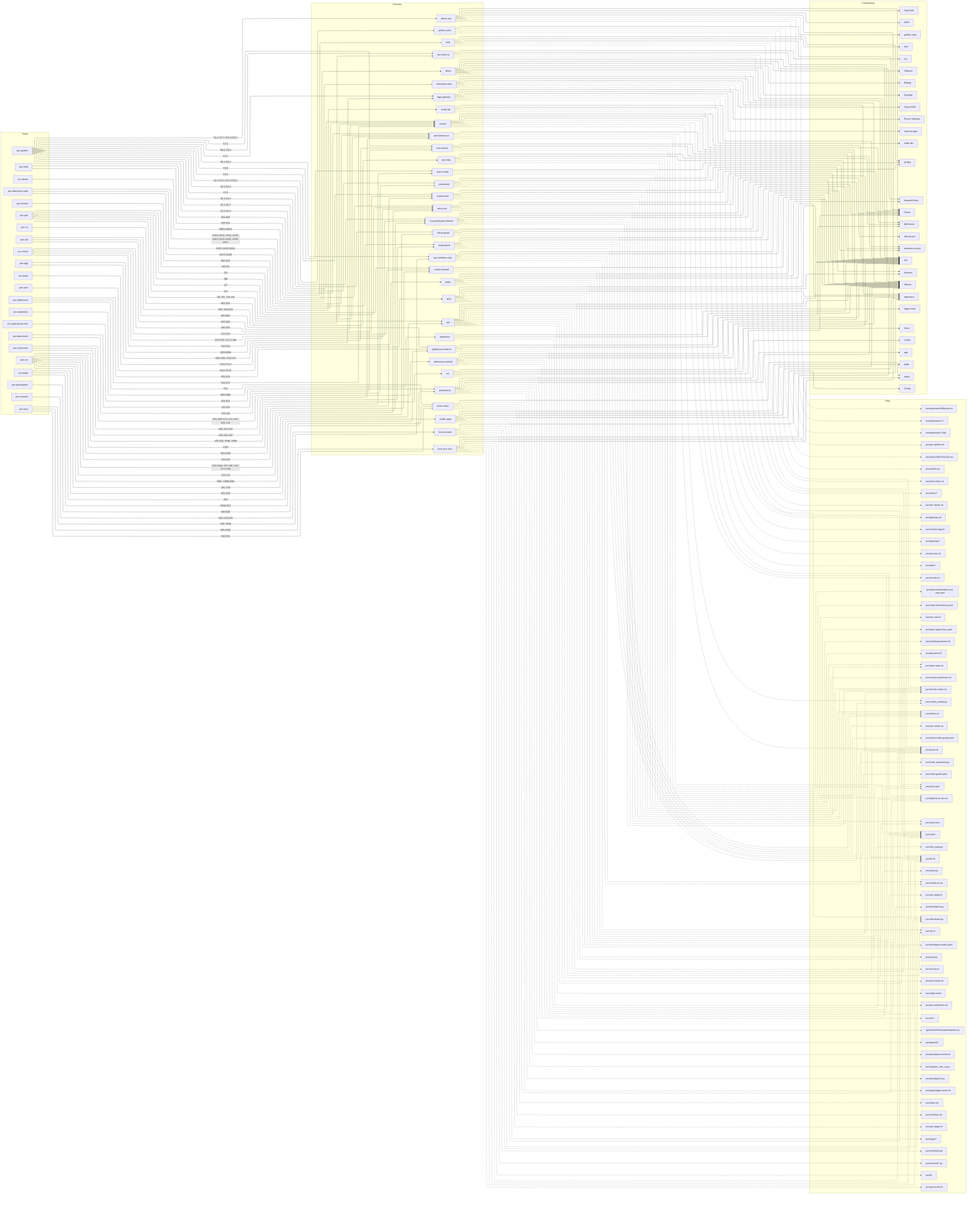
This is docs/diagrams/features.png from villadalmine/k8s-lan-party, a Mermaid export, as it was before one commit. Its source is kept beside it as docs/diagrams/features.mmd. Source of this version:
```mermaid
flowchart LR
  subgraph Suites
    s_poc_join["poc-join"]
    s_poc_vm["poc-vm"]
    s_poc_host["poc-host"]
    s_poc_golden["poc-golden"]
    s_poc_cilium["poc-cilium"]
    s_poc_kind["poc-kind"]
    s_poc_admission["poc-admission"]
    s_poc_admission_auto["poc-admission-auto"]
    s_poc_console["poc-console"]
    s_poc_pool["poc-pool"]
    s_poc_party["poc-party"]
    s_poc_doom["poc-doom"]
    s_poc_page["poc-page"]
    s_poc_lighthouse["poc-lighthouse"]
    s_poc_nat["poc-nat"]
    s_poc_revoke["poc-revoke"]
    s_poc_ca["poc-ca"]
    s_poc_placement["poc-placement"]
    s_poc_bgp["poc-bgp"]
    s_poc_participants["poc-participants"]
    s_poc_participants_e2e["poc-participants-e2e"]
    s_poc_weakness["poc-weakness"]
  end
  subgraph Features
    f_join["join"]
    f_study_lab["study-lab"]
    f_host_your_own["host-your-own"]
    f_api_members_only["api-members-only"]
    f_nebula_firewall["nebula-firewall"]
    f_mtu_once["mtu-once"]
    f_join_token_burn["join-token-burn"]
    f_node_guard["node-guard"]
    f_admission_manual["admission-manual"]
    f_admission_auto["admission-auto"]
    f_host_console["host-console"]
    f_pool["pool"]
    f_party["party"]
    f_doom["doom"]
    f_public_page["public-page"]
    f_lighthouse_external["lighthouse-external"]
    f_revoke["revoke"]
    f_two_level_ca["two-level-ca"]
    f_placement["placement"]
    f_trust_freeze["trust-freeze"]
    f_golden_rules["golden-rules"]
    f_encrypted_pod_network["encrypted-pod-network"]
    f_mutual_auth["mutual-auth"]
    f_cilium_guard["cilium-guard"]
    f_spire_scope["spire-scope"]
    f_nat_relay["nat-relay"]
    f_bgp_gateway["bgp-gateway"]
    f_down_clean["down-clean"]
    f_participants["participants"]
    f_weakness["weakness"]
    f_kind["kind"]
    f_vm["vm"]
    f_demo_aws["demo-aws"]
  end
  subgraph Components
    c_Nebula["Nebula"]
    c_k3s["k3s"]
    c_edge_mesh["edge-mesh"]
    c_study_lab["study lab"]
    c_mesh["mesh"]
    c_Cilium["Cilium"]
    c_admission_policy["admission policy"]
    c_admission["admission"]
    c_Kyverno["Kyverno"]
    c_NetworkPolicy["NetworkPolicy"]
    c_Odamex["Odamex"]
    c_FreeDM["FreeDM"]
    c_ffmpeg["ffmpeg"]
    c_page["page"]
    c_Caddy["Caddy"]
    c_lighthouse["lighthouse"]
    c_CA["CA"]
    c_golden_suite["golden suite"]
    c_WireGuard["WireGuard"]
    c_SPIRE["SPIRE"]
    c_Cilium_BGP["Cilium BGP"]
    c_Envoy_Gateway["Envoy Gateway"]
    c_cert_manager["cert-manager"]
    c_cosign["cosign"]
    c_age["age"]
    c_kind["kind"]
    c_Incus["Incus"]
    c_OpenTofu["OpenTofu"]
    c_AWS["AWS"]
  end
  subgraph Files
    p_poc_edge_mesh["poc/edge-mesh"]
    p_poc_up_sh["poc/up.sh"]
    p_poc_vm_up_sh["poc/vm/up.sh"]
    p_poc_vm_lib_vm_sh["poc/vm/lib-vm.sh"]
    p_poc_lib_sh["poc/lib.sh"]
    p_poc_issue_sh["poc/issue.sh"]
    p_poc_stack_env["poc/stack.env"]
    p_poc_pool_lease_sh["poc/pool-lease.sh"]
    p_poc_labs__["poc/labs/*"]
    p_poc_poc_join_sh["poc/poc-join.sh"]
    p_poc_mesh["poc/mesh"]
    p_poc_game_env_sh["poc/game-env.sh"]
    p_poc_kc["poc/kc"]
    p_poc_checks_cilium_sh["poc/checks-cilium.sh"]
    p_poc_cilium_sh["poc/cilium.sh"]
    p_poc_node_guard_yaml["poc/node-guard.yaml"]
    p_poc_node_password_py["poc/node_password.py"]
    p_poc_nodes_sweep_py["poc/nodes_sweep.py"]
    p_poc_admission_py["poc/admission.py"]
    p_poc_pool_yaml["poc/pool.yaml"]
    p_poc_meshlock_py["poc/meshlock.py"]
    p_poc_console___py["poc/console/*.py"]
    p_poc_pool_py["poc/pool.py"]
    p_poc_participant_py["poc/participant.py"]
    p_poc_participant_policy_yaml["poc/participant-policy.yaml"]
    p_poc_party_py["poc/party.py"]
    p_poc_test_party_py["poc/test_party.py"]
    p_poc_poc_party_sh["poc/poc-party.sh"]
    p_poc_doom__["poc/doom/*"]
    p_poc_poc_doom_sh["poc/poc-doom.sh"]
    p_poc_page__["poc/page/*"]
    p_poc_poc_page_sh["poc/poc-page.sh"]
    p_poc_lighthouse_vps_sh["poc/lighthouse-vps.sh"]
    p_poc_revoke_sh["poc/revoke.sh"]
    p_poc_placement__["poc/placement/*"]
    p_poc_install_placement_sh["poc/install-placement.sh"]
    p_poc_vm_poc_placement_sh["poc/vm/poc-placement.sh"]
    p_poc_node_trust_freeze_yaml["poc/node-trust-freeze.yaml"]
    p_poc_placement_node_trust_vap_yaml["poc/placement/node-trust-vap.yaml"]
    p_poc_poc_golden_sh["poc/poc-golden.sh"]
    p_poc_golden_py["poc/golden.py"]
    p_docs_GOLDEN_RULES_md["docs/GOLDEN-RULES.md"]
    p_poc_poc_cilium_sh["poc/poc-cilium.sh"]
    p_poc_spire_args_sh["poc/spire-args.sh"]
    p_poc_cilium_node_guard_yaml["poc/cilium-node-guard.yaml"]
    p_poc_spire_agent_rbac_yaml["poc/spire-agent-rbac.yaml"]
    p_poc_poc_nat_sh["poc/poc-nat.sh"]
    p_poc_gateway_sh["poc/gateway.sh"]
    p_poc_gateway__["poc/gateway/*"]
    p_poc_vm_poc_bgp_sh["poc/vm/poc-bgp.sh"]
    p_poc_down_sh["poc/down.sh"]
    p_poc_vm_down_sh["poc/vm/down.sh"]
    p_poc_page_page_server_sh["poc/page/page-server.sh"]
    p_poc_participants_py["poc/participants.py"]
    p_poc_participants_tools_sh["poc/participants-tools.sh"]
    p_poc_sigstore_test_ca_py["poc/sigstore_test_ca.py"]
    p_participants__["participants/*"]
    p__github_workflows_participants_yml[".github/workflows/participants.yml"]
    p_poc_poc_weakness_sh["poc/poc-weakness.sh"]
    p_poc_kind_cilium_sh["poc/kind-cilium.sh"]
    p_poc_vm__["poc/vm/*"]
    p_examples_aws___tf["examples/aws/*.tf"]
    p_examples_aws___tftpl["examples/aws/*.tftpl"]
    p_examples_aws_leftovers_sh["examples/aws/leftovers.sh"]
  end
  s_poc_join -->|"J01-J07, J15-J16"| f_join
  s_poc_vm -->|"V01, V04"| f_join
  f_join --> c_Nebula
  f_join --> c_k3s
  f_join --> c_edge_mesh
  f_join -.-> p_poc_edge_mesh
  f_join -.-> p_poc_up_sh
  f_join -.-> p_poc_vm_up_sh
  f_join -.-> p_poc_vm_lib_vm_sh
  f_join -.-> p_poc_lib_sh
  f_join -.-> p_poc_issue_sh
  f_join -.-> p_poc_stack_env
  f_join -.-> p_poc_pool_lease_sh
  s_poc_join -->|"J09-J12"| f_study_lab
  f_study_lab --> c_k3s
  f_study_lab --> c_study_lab
  f_study_lab -.-> p_poc_labs__
  f_study_lab -.-> p_poc_poc_join_sh
  s_poc_host -->|"H01-H09c"| f_host_your_own
  f_host_your_own --> c_Nebula
  f_host_your_own --> c_k3s
  f_host_your_own --> c_mesh
  f_host_your_own -.-> p_poc_mesh
  f_host_your_own -.-> p_poc_game_env_sh
  f_host_your_own -.-> p_poc_kc
  f_host_your_own -.-> p_poc_lib_sh
  f_host_your_own -.-> p_poc_issue_sh
  s_poc_host -->|"H02, H02b"| f_api_members_only
  s_poc_golden -->|"G6.1-G6.2"| f_api_members_only
  f_api_members_only --> c_k3s
  f_api_members_only --> c_Nebula
  f_api_members_only -.-> p_poc_up_sh
  f_api_members_only -.-> p_poc_vm_lib_vm_sh
  f_api_members_only -.-> p_poc_issue_sh
  s_poc_join -->|"J13"| f_nebula_firewall
  s_poc_cilium -->|"C13-C14"| f_nebula_firewall
  s_poc_vm -->|"V14-V15"| f_nebula_firewall
  f_nebula_firewall --> c_Nebula
  f_nebula_firewall -.-> p_poc_issue_sh
  f_nebula_firewall -.-> p_poc_checks_cilium_sh
  s_poc_join -->|"J08"| f_mtu_once
  s_poc_cilium -->|"C10-C11"| f_mtu_once
  s_poc_kind -->|"K10-K11"| f_mtu_once
  s_poc_vm -->|"V11-V12"| f_mtu_once
  f_mtu_once --> c_Nebula
  f_mtu_once --> c_Cilium
  f_mtu_once -.-> p_poc_stack_env
  f_mtu_once -.-> p_poc_cilium_sh
  f_mtu_once -.-> p_poc_checks_cilium_sh
  s_poc_join -->|"J14"| f_join_token_burn
  s_poc_admission -->|"A09, A11-A13"| f_join_token_burn
  s_poc_admission_auto -->|"AA15, AA23-AA24"| f_join_token_burn
  s_poc_golden -->|"G4.1-G4.3"| f_join_token_burn
  f_join_token_burn --> c_k3s
  f_join_token_burn -.-> p_poc_lib_sh
  f_join_token_burn -.-> p_poc_issue_sh
  f_join_token_burn -.-> p_poc_mesh
  s_poc_admission -->|"A15-A18, A30"| f_node_guard
  s_poc_admission_auto -->|"AA13, AA20"| f_node_guard
  f_node_guard --> c_k3s
  f_node_guard --> c_admission_policy
  f_node_guard -.-> p_poc_node_guard_yaml
  f_node_guard -.-> p_poc_node_password_py
  f_node_guard -.-> p_poc_nodes_sweep_py
  f_node_guard -.-> p_poc_lib_sh
  s_poc_admission -->|"A01-A08, A10, A14, A19-A29, A31"| f_admission_manual
  f_admission_manual --> c_admission
  f_admission_manual --> c_Nebula
  f_admission_manual --> c_k3s
  f_admission_manual -.-> p_poc_admission_py
  f_admission_manual -.-> p_poc_pool_yaml
  f_admission_manual -.-> p_poc_mesh
  s_poc_admission_auto -->|"AA01-AA12, AA14, AA16-AA19, AA21-AA22, AA25-AA37"| f_admission_auto
  f_admission_auto --> c_admission
  f_admission_auto --> c_Nebula
  f_admission_auto --> c_k3s
  f_admission_auto -.-> p_poc_admission_py
  f_admission_auto -.-> p_poc_pool_yaml
  f_admission_auto -.-> p_poc_mesh
  s_poc_console -->|"K02, K10-K25"| f_host_console
  f_host_console --> c_admission
  f_host_console -.-> p_poc_mesh
  f_host_console -.-> p_poc_lib_sh
  f_host_console -.-> p_poc_meshlock_py
  f_host_console -.-> p_poc_console___py
  f_host_console -.-> p_poc_admission_py
  s_poc_pool -->|"PL01-PL25"| f_pool
  f_pool --> c_admission
  f_pool --> c_k3s
  f_pool --> c_Kyverno
  f_pool -.-> p_poc_pool_py
  f_pool -.-> p_poc_pool_yaml
  f_pool -.-> p_poc_participant_py
  f_pool -.-> p_poc_participant_policy_yaml
  f_pool -.-> p_poc_admission_py
  s_poc_party -->|"PY01-PY17"| f_party
  f_party --> c_k3s
  f_party --> c_NetworkPolicy
  f_party --> c_admission
  f_party -.-> p_poc_party_py
  f_party -.-> p_poc_test_party_py
  f_party -.-> p_poc_poc_party_sh
  s_poc_doom -->|"DM01-DM20"| f_doom
  f_doom --> c_k3s
  f_doom --> c_Cilium
  f_doom --> c_NetworkPolicy
  f_doom --> c_Odamex
  f_doom --> c_FreeDM
  f_doom --> c_ffmpeg
  f_doom -.-> p_poc_doom__
  f_doom -.-> p_poc_poc_doom_sh
  s_poc_page -->|"G01-G26"| f_public_page
  f_public_page --> c_page
  f_public_page --> c_Caddy
  f_public_page --> c_Nebula
  f_public_page --> c_admission
  f_public_page -.-> p_poc_page__
  f_public_page -.-> p_poc_poc_page_sh
  s_poc_lighthouse -->|"P01-P15"| f_lighthouse_external
  s_poc_page -->|"G02"| f_lighthouse_external
  s_poc_nat -->|"N02-N03"| f_lighthouse_external
  f_lighthouse_external --> c_Nebula
  f_lighthouse_external --> c_lighthouse
  f_lighthouse_external -.-> p_poc_lighthouse_vps_sh
  f_lighthouse_external -.-> p_poc_mesh
  s_poc_revoke -->|"R01-R10"| f_revoke
  s_poc_join -->|"J17"| f_revoke
  s_poc_lighthouse -->|"P16-P17"| f_revoke
  s_poc_nat -->|"N25-N26"| f_revoke
  s_poc_golden -->|"G5.1-G5.5"| f_revoke
  f_revoke --> c_Nebula
  f_revoke --> c_k3s
  f_revoke --> c_lighthouse
  f_revoke -.-> p_poc_revoke_sh
  f_revoke -.-> p_poc_nodes_sweep_py
  f_revoke -.-> p_poc_lighthouse_vps_sh
  f_revoke -.-> p_poc_mesh
  s_poc_ca -->|"B01-B13"| f_two_level_ca
  s_poc_golden -->|"G8.2, G9.1"| f_two_level_ca
  f_two_level_ca --> c_Nebula
  f_two_level_ca --> c_CA
  f_two_level_ca -.-> p_poc_issue_sh
  f_two_level_ca -.-> p_poc_lib_sh
  s_poc_placement -->|"L01-L45"| f_placement
  s_poc_golden -->|"G2.1-G2.7"| f_placement
  f_placement --> c_Kyverno
  f_placement --> c_k3s
  f_placement -.-> p_poc_placement__
  f_placement -.-> p_poc_install_placement_sh
  f_placement -.-> p_poc_vm_poc_placement_sh
  s_poc_placement -->|"L50-L53"| f_trust_freeze
  s_poc_bgp -->|"G09-G09b"| f_trust_freeze
  s_poc_golden -->|"G7.2"| f_trust_freeze
  f_trust_freeze --> c_k3s
  f_trust_freeze --> c_admission_policy
  f_trust_freeze -.-> p_poc_node_trust_freeze_yaml
  f_trust_freeze -.-> p_poc_placement_node_trust_vap_yaml
  s_poc_golden -->|"G1.1-G2.7, G3.1-G10.1"| f_golden_rules
  f_golden_rules --> c_golden_suite
  f_golden_rules -.-> p_poc_poc_golden_sh
  f_golden_rules -.-> p_poc_golden_py
  f_golden_rules -.-> p_docs_GOLDEN_RULES_md
  s_poc_cilium -->|"C01-C09, C12, C13b"| f_encrypted_pod_network
  s_poc_vm -->|"V03-V06b, V07-V09, V10, V13-V13b"| f_encrypted_pod_network
  s_poc_golden -->|"G3.1-G3.3"| f_encrypted_pod_network
  f_encrypted_pod_network --> c_Cilium
  f_encrypted_pod_network --> c_WireGuard
  f_encrypted_pod_network --> c_Nebula
  f_encrypted_pod_network -.-> p_poc_cilium_sh
  f_encrypted_pod_network -.-> p_poc_checks_cilium_sh
  f_encrypted_pod_network -.-> p_poc_poc_cilium_sh
  s_poc_cilium -->|"C90-C97"| f_mutual_auth
  s_poc_vm -->|"V90-V102"| f_mutual_auth
  s_poc_golden -->|"G3.4"| f_mutual_auth
  f_mutual_auth --> c_SPIRE
  f_mutual_auth --> c_Cilium
  f_mutual_auth -.-> p_poc_cilium_sh
  f_mutual_auth -.-> p_poc_spire_args_sh
  f_mutual_auth -.-> p_poc_checks_cilium_sh
  s_poc_vm -->|"V06c, V09b-V09c"| f_cilium_guard
  s_poc_golden -->|"G3.5"| f_cilium_guard
  f_cilium_guard --> c_Cilium
  f_cilium_guard --> c_admission_policy
  f_cilium_guard -.-> p_poc_cilium_node_guard_yaml
  f_cilium_guard -.-> p_poc_cilium_sh
  s_poc_vm -->|"V103"| f_spire_scope
  s_poc_golden -->|"G3.6"| f_spire_scope
  f_spire_scope --> c_SPIRE
  f_spire_scope -.-> p_poc_spire_agent_rbac_yaml
  f_spire_scope -.-> p_poc_spire_args_sh
  s_poc_nat -->|"N01, N04-N24"| f_nat_relay
  f_nat_relay --> c_Nebula
  f_nat_relay --> c_lighthouse
  f_nat_relay -.-> p_poc_poc_nat_sh
  f_nat_relay -.-> p_poc_lighthouse_vps_sh
  f_nat_relay -.-> p_poc_issue_sh
  s_poc_bgp -->|"G01-G08, G10-G19"| f_bgp_gateway
  s_poc_golden -->|"G7.1"| f_bgp_gateway
  f_bgp_gateway --> c_Cilium_BGP
  f_bgp_gateway --> c_Envoy_Gateway
  f_bgp_gateway --> c_cert_manager
  f_bgp_gateway -.-> p_poc_gateway_sh
  f_bgp_gateway -.-> p_poc_gateway__
  f_bgp_gateway -.-> p_poc_vm_poc_bgp_sh
  s_poc_host -->|"H10-H11"| f_down_clean
  s_poc_lighthouse -->|"P18"| f_down_clean
  s_poc_page -->|"G26b-G27"| f_down_clean
  f_down_clean --> c_mesh
  f_down_clean -.-> p_poc_down_sh
  f_down_clean -.-> p_poc_vm_down_sh
  f_down_clean -.-> p_poc_page_page_server_sh
  f_down_clean -.-> p_poc_lighthouse_vps_sh
  s_poc_participants -->|"S00-S30"| f_participants
  s_poc_participants_e2e -->|"E01-E11"| f_participants
  f_participants --> c_cosign
  f_participants --> c_age
  f_participants --> c_Nebula
  f_participants -.-> p_poc_participants_py
  f_participants -.-> p_poc_participants_tools_sh
  f_participants -.-> p_poc_sigstore_test_ca_py
  f_participants -.-> p_participants__
  f_participants -.-> p__github_workflows_participants_yml
  s_poc_weakness -->|"W00-W06"| f_weakness
  f_weakness --> c_k3s
  f_weakness --> c_Nebula
  f_weakness -.-> p_poc_poc_weakness_sh
  s_poc_kind -->|"K01-K97"| f_kind
  f_kind --> c_kind
  f_kind --> c_Cilium
  f_kind --> c_SPIRE
  f_kind -.-> p_poc_kind_cilium_sh
  f_kind -.-> p_poc_checks_cilium_sh
  s_poc_vm -->|"V01-V02, V04b, V06d"| f_vm
  f_vm --> c_Incus
  f_vm --> c_k3s
  f_vm --> c_Cilium
  f_vm -.-> p_poc_vm__
  s_poc_golden -->|"G1.1-G2.7, G3.1-G10.1"| f_demo_aws
  f_demo_aws --> c_OpenTofu
  f_demo_aws --> c_AWS
  f_demo_aws --> c_Nebula
  f_demo_aws --> c_k3s
  f_demo_aws -.-> p_examples_aws___tf
  f_demo_aws -.-> p_examples_aws___tftpl
  f_demo_aws -.-> p_examples_aws_leftovers_sh
```
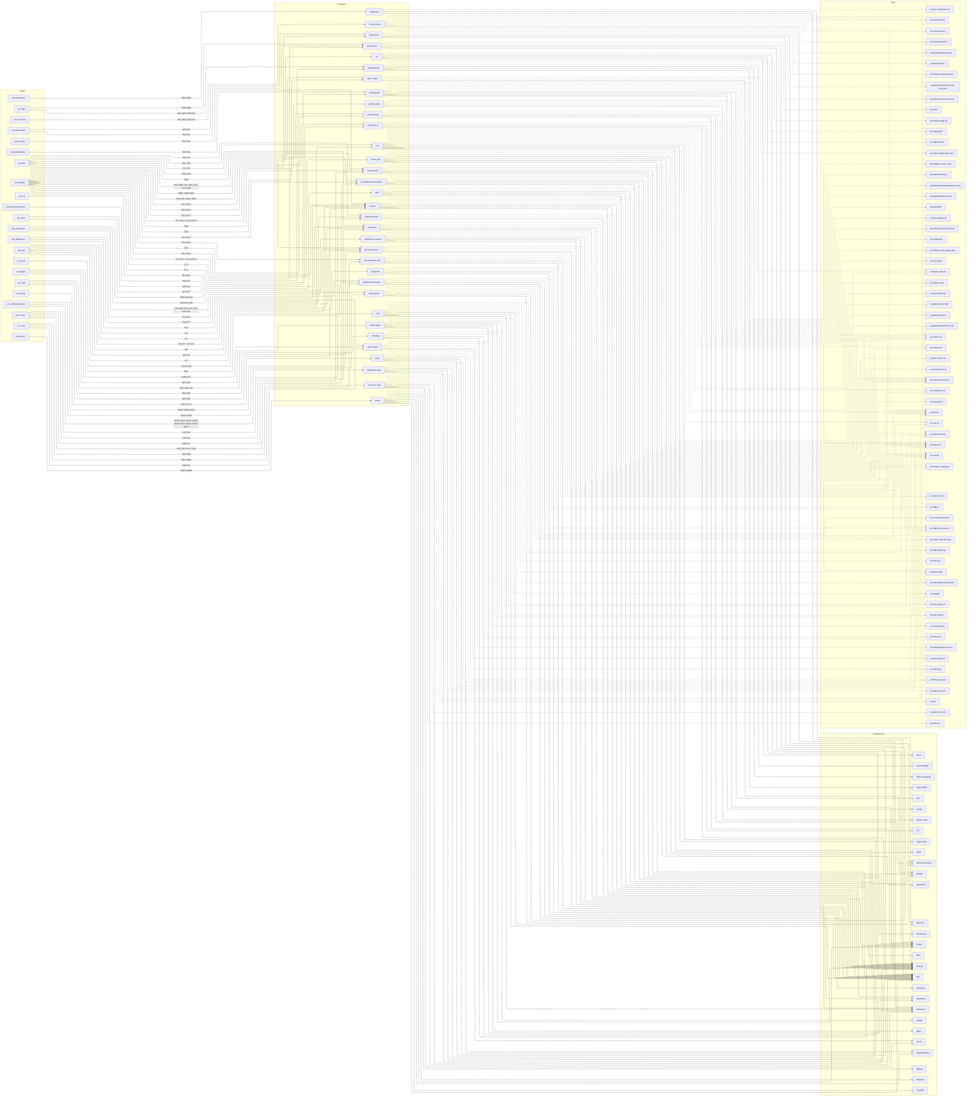
Later version of the same file.

The edit, as a diff of the source:
```diff
@@ -112,6 +112,7 @@
     p_poc_pool_yaml["poc/pool.yaml"]
     p_poc_meshlock_py["poc/meshlock.py"]
     p_poc_console___py["poc/console/*.py"]
+    p_poc_console_static__["poc/console/static/*"]
     p_poc_pool_py["poc/pool.py"]
     p_poc_participant_py["poc/participant.py"]
     p_poc_participant_policy_yaml["poc/participant-policy.yaml"]
@@ -234,12 +235,13 @@
   f_admission_auto -.-> p_poc_admission_py
   f_admission_auto -.-> p_poc_pool_yaml
   f_admission_auto -.-> p_poc_mesh
-  s_poc_console -->|"K02, K10-K25"| f_host_console
+  s_poc_console -->|"K01, K02, K10-K25"| f_host_console
   f_host_console --> c_admission
   f_host_console -.-> p_poc_mesh
   f_host_console -.-> p_poc_lib_sh
   f_host_console -.-> p_poc_meshlock_py
   f_host_console -.-> p_poc_console___py
+  f_host_console -.-> p_poc_console_static__
   f_host_console -.-> p_poc_admission_py
   s_poc_pool -->|"PL01-PL25"| f_pool
   f_pool --> c_admission
```
